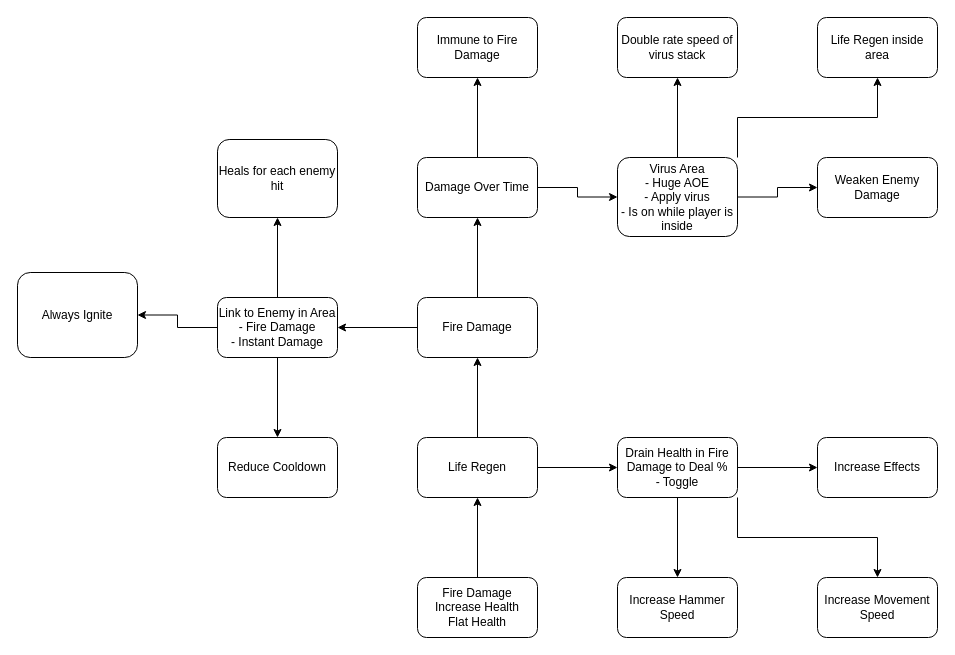
Before: page "Anarchist" (7 of 30) of Docs/SkillTree.drawio in LeVieuxSinge/RoguelikeGame, a draw.io diagram. Source tidied: cells renumbered, new cells numbered last; positions are measured from the earlier drawing's top-left corner, leaving out a move shared by most shapes. Both pictures are drawn from the tidied source at 100%, with x=0, y=0 at pixel (17, 17).
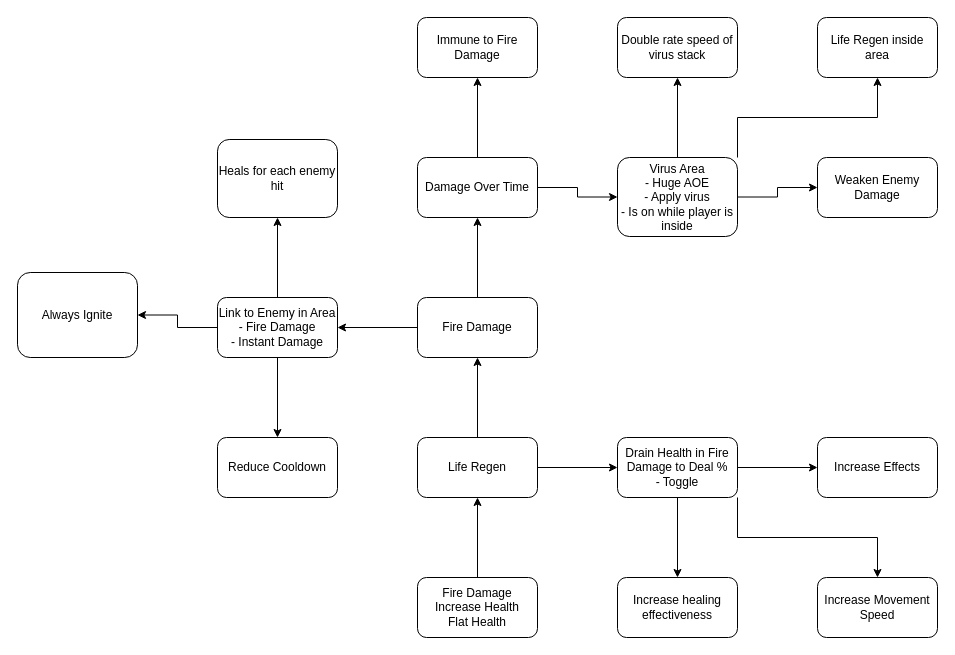
Above is the later version.

Diff of the diagram source:
```diff
@@
-    <mxCell id="27" value="Increase Hammer Speed" style="rounded=1;whiteSpace=wrap;html=1;" parent="1" vertex="1">
+    <mxCell id="27" value="Increase healing effectiveness" style="rounded=1;whiteSpace=wrap;html=1;" parent="1" vertex="1">
       <mxGeometry x="600" y="560" width="120" height="60" as="geometry" />
     </mxCell>
```
